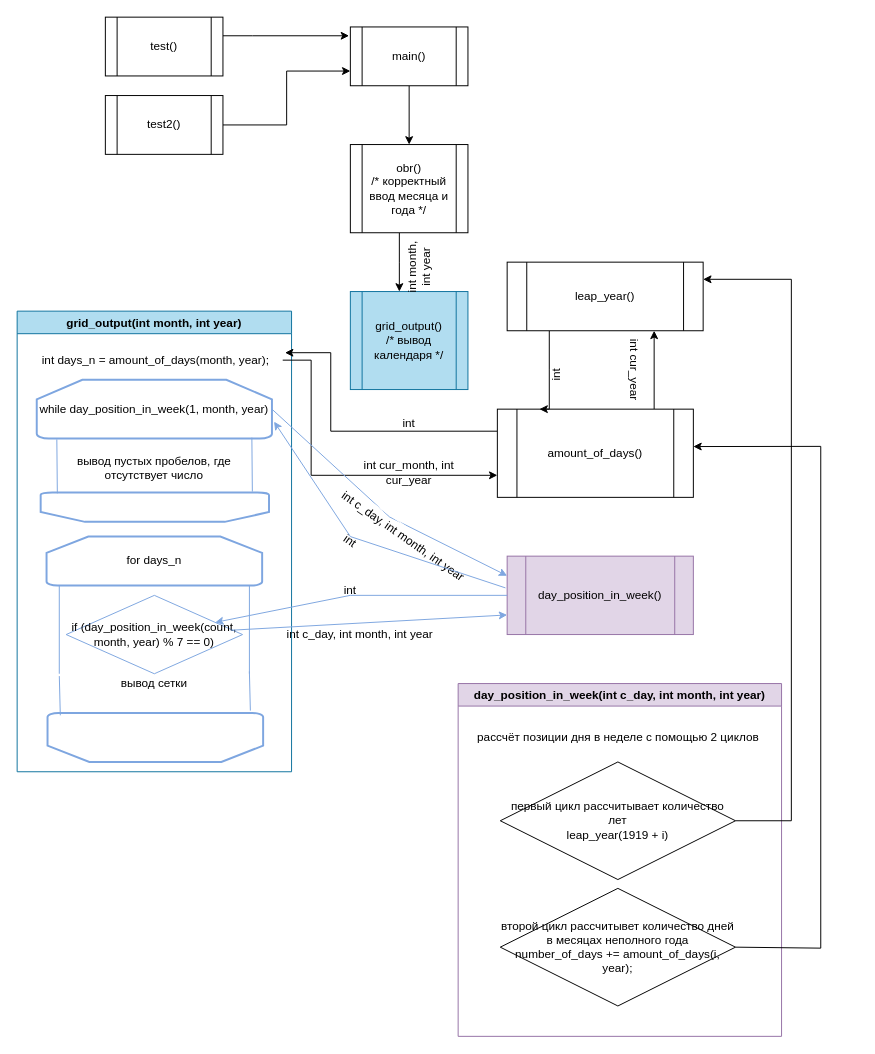
HolyGamer4/working keeps this draw.io diagram as Схема архитектуры.drawio. Above is the earlier version. Source tidied: cells renumbered, new cells numbered last; positions are measured from the earlier drawing's top-left corner, leaving out a move shared by most shapes. Both pictures are drawn from the tidied source at 98%, with x=0, y=0 at pixel (17, 17).
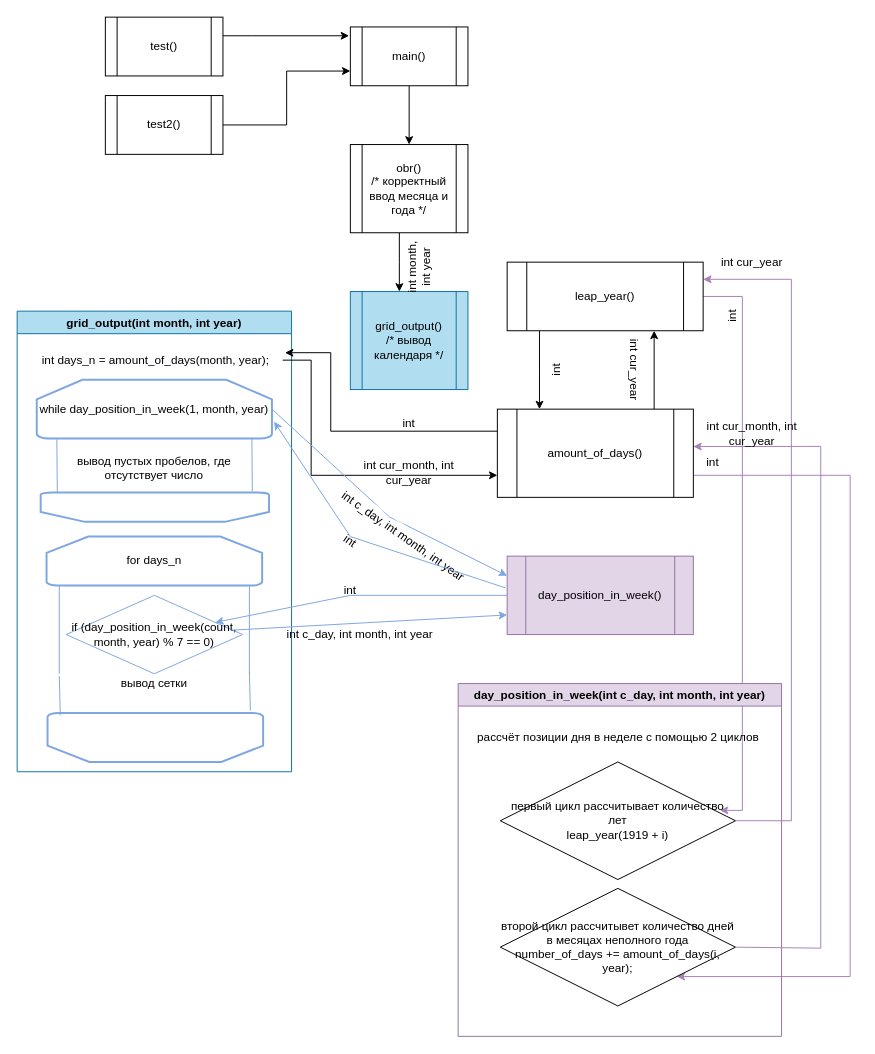
After the change.

Commit message:
коррекция стрелок

Unchanged cells that the change refers to:
```xml
<mxCell id="26" value="amount_of_days()" style="shape=process;whiteSpace=wrap;html=1;backgroundOutline=1;strokeColor=#000000;" parent="1" vertex="1">
  <mxGeometry x="490" y="400" width="200" height="90" as="geometry" />
</mxCell>
<mxCell id="31" value="leap_year()" style="shape=process;whiteSpace=wrap;html=1;backgroundOutline=1;strokeColor=#000000;" parent="1" vertex="1">
  <mxGeometry x="500" y="250" width="200" height="70" as="geometry" />
</mxCell>
<mxCell id="45" value="первый цикл рассчитывает количество лет&lt;br&gt;leap_year(1919 + i)" style="rhombus;whiteSpace=wrap;html=1;strokeColor=#000000;" parent="43" vertex="1">
  <mxGeometry x="43" y="80" width="240" height="120" as="geometry" />
</mxCell>
<mxCell id="46" value="второй цикл рассчитывет количество дней в месяцах неполного года&lt;br&gt;number_of_days += amount_of_days(i, year);" style="rhombus;whiteSpace=wrap;html=1;strokeColor=#000000;" parent="43" vertex="1">
  <mxGeometry x="43" y="209" width="240" height="120" as="geometry" />
</mxCell>
```

Change to the diagram source:
```diff
@@
+    <mxCell id="49" style="edgeStyle=orthogonalEdgeStyle;rounded=0;jettySize=auto;html=1;strokeColor=#A680B8;entryX=1;entryY=1;entryDx=0;entryDy=0;exitX=1;exitY=0.75;exitDx=0;exitDy=0;" parent="1" edge="1" source="26" target="46">
+      <mxGeometry relative="1" as="geometry">
+        <Array as="points">
+          <mxPoint x="850" y="468" />
+          <mxPoint x="850" y="979" />
+        </Array>
+      </mxGeometry>
+    </mxCell>
@@
     <mxCell id="30" style="edgeStyle=orthogonalEdgeStyle;rounded=0;jettySize=auto;html=1;strokeColor=#000000;fillColor=#99FF33;entryX=0.215;entryY=0;entryDx=0;entryDy=0;entryPerimeter=0;" parent="1" edge="1" source="31" target="26">
       <mxGeometry relative="1" as="geometry">
         <Array as="points">
-          <mxPoint x="543" y="360" />
-          <mxPoint x="543" y="360" />
+          <mxPoint x="533" y="360" />
+          <mxPoint x="533" y="360" />
         </Array>
       </mxGeometry>
     </mxCell>
+    <mxCell id="50" style="edgeStyle=orthogonalEdgeStyle;rounded=0;jettySize=auto;html=1;strokeColor=#A680B8;entryX=0.934;entryY=0.412;entryDx=0;entryDy=0;entryPerimeter=0;exitX=1;exitY=0.5;exitDx=0;exitDy=0;" parent="1" edge="1" source="31" target="45">
+      <mxGeometry relative="1" as="geometry">
+        <Array as="points">
+          <mxPoint x="740" y="285" />
+          <mxPoint x="740" y="809" />
+        </Array>
+      </mxGeometry>
+    </mxCell>
@@
     <mxCell id="33" value="int" style="text;html=1;strokeColor=none;fillColor=none;align=center;verticalAlign=middle;whiteSpace=wrap;rounded=0;rotation=-90;" parent="1" vertex="1">
-      <mxGeometry x="520" y="350" width="60" height="30" as="geometry" />
+      <mxGeometry x="520" y="345" width="60" height="30" as="geometry" />
     </mxCell>
@@
-    <mxCell id="47" style="edgeStyle=orthogonalEdgeStyle;rounded=0;jettySize=auto;html=1;strokeColor=#000000;fillColor=#99FF33;entryX=1;entryY=0.25;entryDx=0;entryDy=0;" parent="1" edge="1" source="45" target="31">
+    <mxCell id="47" style="edgeStyle=orthogonalEdgeStyle;rounded=0;jettySize=auto;html=1;strokeColor=#A680B8;fillColor=#99FF33;entryX=1;entryY=0.25;entryDx=0;entryDy=0;" parent="1" edge="1" source="45" target="31">
       <mxGeometry relative="1" as="geometry">
         <Array as="points">
           <mxPoint x="790" y="820" />
           <mxPoint x="790" y="268" />
         </Array>
       </mxGeometry>
     </mxCell>
-    <mxCell id="48" style="endArrow=classic;html=1;rounded=0;strokeColor=#000000;fillColor=#99FF33;exitX=1;exitY=0.5;exitDx=0;exitDy=0;entryX=1;entryY=0.424;entryDx=0;entryDy=0;entryPerimeter=0;" parent="1" edge="1" source="46" target="26">
+    <mxCell id="48" style="endArrow=classic;html=1;rounded=0;strokeColor=#A680B8;fillColor=#99FF33;exitX=1;exitY=0.5;exitDx=0;exitDy=0;entryX=1;entryY=0.424;entryDx=0;entryDy=0;entryPerimeter=0;" parent="1" edge="1" source="46" target="26">
       <mxGeometry relative="1" as="geometry">
         <Array as="points">
           <mxPoint x="820" y="950" />
           <mxPoint x="820" y="438" />
         </Array>
       </mxGeometry>
     </mxCell>
+    <mxCell id="51" value="int" style="text;html=1;strokeColor=none;fillColor=none;align=center;verticalAlign=middle;whiteSpace=wrap;rounded=0;rotation=-90;" parent="1" vertex="1">
+      <mxGeometry x="700" y="290" width="60" height="30" as="geometry" />
+    </mxCell>
+    <mxCell id="52" value="int cur_year" style="text;html=1;strokeColor=none;fillColor=none;align=center;verticalAlign=middle;whiteSpace=wrap;rounded=0;rotation=0;" parent="1" vertex="1">
+      <mxGeometry x="700" y="240" width="100" height="20" as="geometry" />
+    </mxCell>
+    <mxCell id="53" value="int" style="text;html=1;strokeColor=none;fillColor=none;align=center;verticalAlign=middle;whiteSpace=wrap;rounded=0;" parent="1" vertex="1">
+      <mxGeometry x="680" y="440" width="60" height="30" as="geometry" />
+    </mxCell>
+    <mxCell id="54" value="int cur_month, int cur_year" style="text;html=1;strokeColor=none;fillColor=none;align=center;verticalAlign=middle;whiteSpace=wrap;rounded=0;" parent="1" vertex="1">
+      <mxGeometry x="680" y="420" width="140" height="10" as="geometry" />
+    </mxCell>
```
